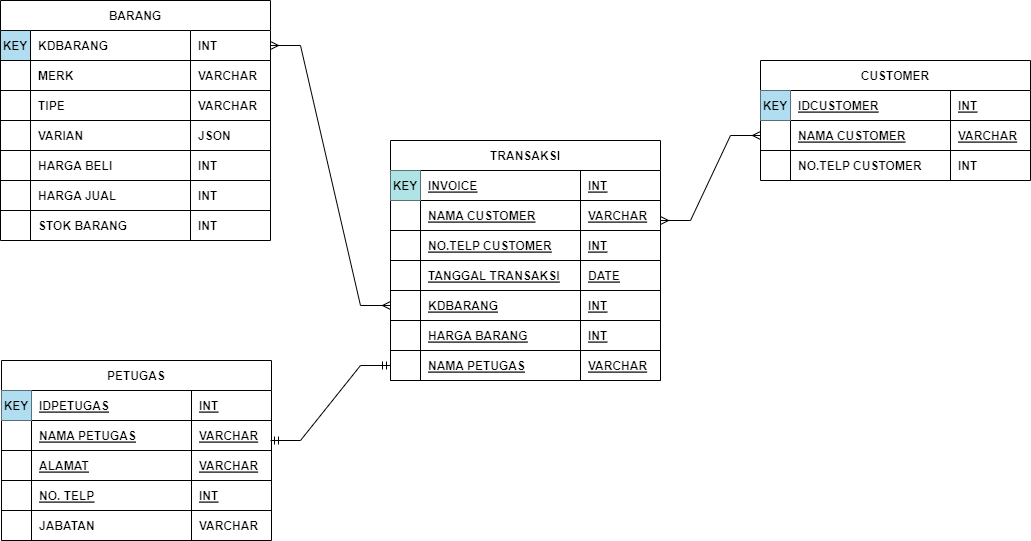
The draw.io diagram database.drawio.png in MountZ1/PR_PenjualanHandPhone_ArdiSaputraTIP-21.2, before a commit. Source tidied: cells renumbered, new cells last; positions are measured from the earlier drawing's top-left corner, leaving out a move shared by most shapes.
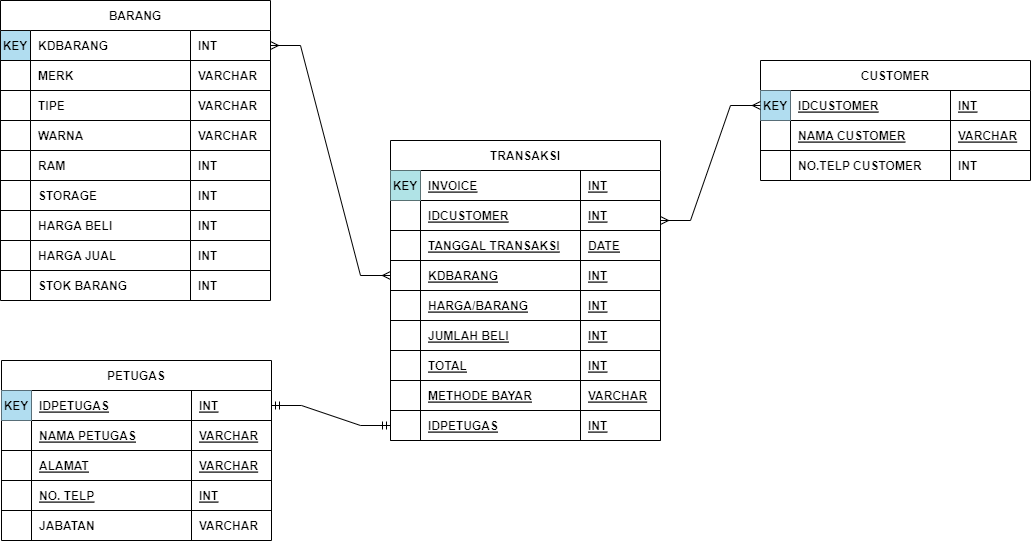
After the change.

What changed in the source:
```diff
@@ -105,7 +105,7 @@
       <mxGeometry x="190" width="80" height="30" as="geometry" />
     </mxCell>
     <mxCell id="36" value="BARANG" style="shape=table;startSize=30;rowLines=1;fontStyle=1;align=center;" parent="1" vertex="1">
-      <mxGeometry width="270" height="240" as="geometry" />
+      <mxGeometry width="270" height="300" as="geometry" />
     </mxCell>
     <mxCell id="37" style="shape=partialRectangle;fillColor=#b1ddf0;points=[[0,0.5],[1,0.5]];portConstraint=eastwest;top=1;left=1;right=1;bottom=1;strokeColor=#0d0d0d;" parent="36" vertex="1">
       <mxGeometry y="30" width="270" height="30" as="geometry" />
@@ -143,20 +143,44 @@
     <mxCell id="48" value="VARCHAR" style="shape=partialRectangle;overflow=hidden;fillColor=none;top=0;left=0;bottom=0;right=0;align=left;spacingLeft=6;fontStyle=1;" parent="45" vertex="1">
       <mxGeometry x="190" width="80" height="30" as="geometry" />
     </mxCell>
+    <mxCell id="97" style="shape=partialRectangle;fillColor=none;top=0;left=0;right=0;bottom=0;" parent="36" vertex="1">
+      <mxGeometry y="120" width="270" height="30" as="geometry" />
+    </mxCell>
+    <mxCell id="98" style="shape=partialRectangle;overflow=hidden;fillColor=none;top=0;left=0;bottom=0;right=0;" parent="97" vertex="1">
+      <mxGeometry width="30" height="30" as="geometry" />
+    </mxCell>
+    <mxCell id="99" value="WARNA" style="shape=partialRectangle;overflow=hidden;fillColor=none;top=0;left=0;bottom=0;right=0;align=left;spacingLeft=6;fontStyle=1;" parent="97" vertex="1">
+      <mxGeometry x="30" width="160" height="30" as="geometry" />
+    </mxCell>
+    <mxCell id="100" value="VARCHAR" style="shape=partialRectangle;overflow=hidden;fillColor=none;top=0;left=0;bottom=0;right=0;align=left;spacingLeft=6;fontStyle=1;" parent="97" vertex="1">
+      <mxGeometry x="190" width="80" height="30" as="geometry" />
+    </mxCell>
+    <mxCell id="101" style="shape=partialRectangle;fillColor=none;top=0;left=0;right=0;bottom=0;" parent="36" vertex="1">
+      <mxGeometry y="150" width="270" height="30" as="geometry" />
+    </mxCell>
+    <mxCell id="102" style="shape=partialRectangle;overflow=hidden;fillColor=none;top=0;left=0;bottom=0;right=0;" parent="101" vertex="1">
+      <mxGeometry width="30" height="30" as="geometry" />
+    </mxCell>
+    <mxCell id="103" value="RAM" style="shape=partialRectangle;overflow=hidden;fillColor=none;top=0;left=0;bottom=0;right=0;align=left;spacingLeft=6;fontStyle=1;" parent="101" vertex="1">
+      <mxGeometry x="30" width="160" height="30" as="geometry" />
+    </mxCell>
+    <mxCell id="104" value="INT" style="shape=partialRectangle;overflow=hidden;fillColor=none;top=0;left=0;bottom=0;right=0;align=left;spacingLeft=6;fontStyle=1;" parent="101" vertex="1">
+      <mxGeometry x="190" width="80" height="30" as="geometry" />
+    </mxCell>
     <mxCell id="49" style="shape=partialRectangle;fillColor=none;top=0;left=0;right=0;bottom=0;" parent="36" vertex="1">
-      <mxGeometry y="120" width="270" height="30" as="geometry" />
+      <mxGeometry y="180" width="270" height="30" as="geometry" />
     </mxCell>
     <mxCell id="50" style="shape=partialRectangle;overflow=hidden;fillColor=none;top=0;left=0;bottom=0;right=0;" parent="49" vertex="1">
       <mxGeometry width="30" height="30" as="geometry" />
     </mxCell>
-    <mxCell id="51" value="VARIAN" style="shape=partialRectangle;overflow=hidden;fillColor=none;top=0;left=0;bottom=0;right=0;align=left;spacingLeft=6;fontStyle=1;" parent="49" vertex="1">
+    <mxCell id="51" value="STORAGE" style="shape=partialRectangle;overflow=hidden;fillColor=none;top=0;left=0;bottom=0;right=0;align=left;spacingLeft=6;fontStyle=1;" parent="49" vertex="1">
       <mxGeometry x="30" width="160" height="30" as="geometry" />
     </mxCell>
-    <mxCell id="52" value="JSON" style="shape=partialRectangle;overflow=hidden;fillColor=none;top=0;left=0;bottom=0;right=0;align=left;spacingLeft=6;fontStyle=1;" parent="49" vertex="1">
+    <mxCell id="52" value="INT" style="shape=partialRectangle;overflow=hidden;fillColor=none;top=0;left=0;bottom=0;right=0;align=left;spacingLeft=6;fontStyle=1;" parent="49" vertex="1">
       <mxGeometry x="190" width="80" height="30" as="geometry" />
     </mxCell>
     <mxCell id="53" style="shape=partialRectangle;fillColor=none;top=0;left=0;right=0;bottom=0;" parent="36" vertex="1">
-      <mxGeometry y="150" width="270" height="30" as="geometry" />
+      <mxGeometry y="210" width="270" height="30" as="geometry" />
     </mxCell>
     <mxCell id="54" style="shape=partialRectangle;overflow=hidden;fillColor=none;top=0;left=0;bottom=0;right=0;" parent="53" vertex="1">
       <mxGeometry width="30" height="30" as="geometry" />
@@ -168,7 +192,7 @@
       <mxGeometry x="190" width="80" height="30" as="geometry" />
     </mxCell>
     <mxCell id="57" style="shape=partialRectangle;fillColor=none;top=0;left=0;right=0;bottom=0;" parent="36" vertex="1">
-      <mxGeometry y="180" width="270" height="30" as="geometry" />
+      <mxGeometry y="240" width="270" height="30" as="geometry" />
     </mxCell>
     <mxCell id="58" style="shape=partialRectangle;overflow=hidden;fillColor=none;top=0;left=0;bottom=0;right=0;" parent="57" vertex="1">
       <mxGeometry width="30" height="30" as="geometry" />
@@ -180,7 +204,7 @@
       <mxGeometry x="190" width="80" height="30" as="geometry" />
     </mxCell>
     <mxCell id="61" style="shape=partialRectangle;fillColor=none;top=0;left=0;right=0;bottom=0;" parent="36" vertex="1">
-      <mxGeometry y="210" width="270" height="30" as="geometry" />
+      <mxGeometry y="270" width="270" height="30" as="geometry" />
     </mxCell>
     <mxCell id="62" style="shape=partialRectangle;overflow=hidden;fillColor=none;top=0;left=0;bottom=0;right=0;" parent="61" vertex="1">
       <mxGeometry width="30" height="30" as="geometry" />
@@ -192,7 +216,7 @@
       <mxGeometry x="190" width="80" height="30" as="geometry" />
     </mxCell>
     <mxCell id="65" value="TRANSAKSI" style="shape=table;startSize=30;rowLines=0;fontStyle=1;align=center;" parent="1" vertex="1">
-      <mxGeometry x="390" y="140" width="270" height="240" as="geometry" />
+      <mxGeometry x="390" y="140" width="270" height="300" as="geometry" />
     </mxCell>
     <mxCell id="66" style="shape=partialRectangle;fillColor=none;top=0;left=0;right=0;bottom=1;" parent="65" vertex="1">
       <mxGeometry y="30" width="270" height="30" as="geometry" />
@@ -212,26 +236,14 @@
     <mxCell id="71" style="shape=partialRectangle;overflow=hidden;fillColor=none;top=0;left=0;bottom=0;right=0;fontStyle=1;" parent="70" vertex="1">
       <mxGeometry width="30" height="30" as="geometry" />
     </mxCell>
-    <mxCell id="72" value="NAMA CUSTOMER" style="shape=partialRectangle;overflow=hidden;fillColor=none;top=0;left=0;bottom=0;right=0;align=left;spacingLeft=6;fontStyle=5;" parent="70" vertex="1">
+    <mxCell id="72" value="IDCUSTOMER" style="shape=partialRectangle;overflow=hidden;fillColor=none;top=0;left=0;bottom=0;right=0;align=left;spacingLeft=6;fontStyle=5;" parent="70" vertex="1">
       <mxGeometry x="30" width="160" height="30" as="geometry" />
     </mxCell>
-    <mxCell id="73" value="VARCHAR" style="shape=partialRectangle;overflow=hidden;fillColor=none;top=0;left=0;bottom=0;right=0;align=left;spacingLeft=6;fontStyle=5;" parent="70" vertex="1">
+    <mxCell id="73" value="INT" style="shape=partialRectangle;overflow=hidden;fillColor=none;top=0;left=0;bottom=0;right=0;align=left;spacingLeft=6;fontStyle=5;" parent="70" vertex="1">
       <mxGeometry x="190" width="80" height="30" as="geometry" />
     </mxCell>
-    <mxCell id="74" style="shape=partialRectangle;fillColor=none;top=0;left=0;right=0;bottom=1;" parent="65" vertex="1">
-      <mxGeometry y="90" width="270" height="30" as="geometry" />
-    </mxCell>
-    <mxCell id="75" style="shape=partialRectangle;overflow=hidden;fillColor=none;top=0;left=0;bottom=0;right=0;fontStyle=1;" parent="74" vertex="1">
-      <mxGeometry width="30" height="30" as="geometry" />
-    </mxCell>
-    <mxCell id="76" value="NO.TELP CUSTOMER" style="shape=partialRectangle;overflow=hidden;fillColor=none;top=0;left=0;bottom=0;right=0;align=left;spacingLeft=6;fontStyle=5;" parent="74" vertex="1">
-      <mxGeometry x="30" width="160" height="30" as="geometry" />
-    </mxCell>
-    <mxCell id="77" value="INT" style="shape=partialRectangle;overflow=hidden;fillColor=none;top=0;left=0;bottom=0;right=0;align=left;spacingLeft=6;fontStyle=5;" parent="74" vertex="1">
-      <mxGeometry x="190" width="80" height="30" as="geometry" />
-    </mxCell>
     <mxCell id="78" style="shape=partialRectangle;fillColor=none;top=0;left=0;right=0;bottom=1;" parent="65" vertex="1">
-      <mxGeometry y="120" width="270" height="30" as="geometry" />
+      <mxGeometry y="90" width="270" height="30" as="geometry" />
     </mxCell>
     <mxCell id="79" style="shape=partialRectangle;overflow=hidden;fillColor=none;top=0;left=0;bottom=0;right=0;fontStyle=1;" parent="78" vertex="1">
       <mxGeometry width="30" height="30" as="geometry" />
@@ -243,7 +255,7 @@
       <mxGeometry x="190" width="80" height="30" as="geometry" />
     </mxCell>
     <mxCell id="82" style="shape=partialRectangle;fillColor=none;points=[[0,0.5],[1,0.5]];portConstraint=eastwest;top=0;left=0;right=0;bottom=1;" parent="65" vertex="1">
-      <mxGeometry y="150" width="270" height="30" as="geometry" />
+      <mxGeometry y="120" width="270" height="30" as="geometry" />
     </mxCell>
     <mxCell id="83" style="shape=partialRectangle;overflow=hidden;fillColor=none;top=0;left=0;bottom=0;right=0;fontStyle=1;" parent="82" vertex="1">
       <mxGeometry width="30" height="30" as="geometry" />
@@ -255,27 +267,63 @@
       <mxGeometry x="190" width="80" height="30" as="geometry" />
     </mxCell>
     <mxCell id="86" style="shape=partialRectangle;fillColor=none;top=0;left=0;right=0;bottom=1;" parent="65" vertex="1">
-      <mxGeometry y="180" width="270" height="30" as="geometry" />
+      <mxGeometry y="150" width="270" height="30" as="geometry" />
     </mxCell>
     <mxCell id="87" style="shape=partialRectangle;overflow=hidden;fillColor=none;top=0;left=0;bottom=0;right=0;fontStyle=1;" parent="86" vertex="1">
       <mxGeometry width="30" height="30" as="geometry" />
     </mxCell>
-    <mxCell id="88" value="HARGA BARANG" style="shape=partialRectangle;overflow=hidden;fillColor=none;top=0;left=0;bottom=0;right=0;align=left;spacingLeft=6;fontStyle=5;" parent="86" vertex="1">
+    <mxCell id="88" value="HARGA/BARANG" style="shape=partialRectangle;overflow=hidden;fillColor=none;top=0;left=0;bottom=0;right=0;align=left;spacingLeft=6;fontStyle=5;" parent="86" vertex="1">
       <mxGeometry x="30" width="160" height="30" as="geometry" />
     </mxCell>
     <mxCell id="89" value="INT" style="shape=partialRectangle;overflow=hidden;fillColor=none;top=0;left=0;bottom=0;right=0;align=left;spacingLeft=6;fontStyle=5;" parent="86" vertex="1">
       <mxGeometry x="190" width="80" height="30" as="geometry" />
     </mxCell>
+    <mxCell id="105" style="shape=partialRectangle;fillColor=none;top=0;left=0;right=0;bottom=1;" parent="65" vertex="1">
+      <mxGeometry y="180" width="270" height="30" as="geometry" />
+    </mxCell>
+    <mxCell id="106" style="shape=partialRectangle;overflow=hidden;fillColor=none;top=0;left=0;bottom=0;right=0;fontStyle=1;" parent="105" vertex="1">
+      <mxGeometry width="30" height="30" as="geometry" />
+    </mxCell>
+    <mxCell id="107" value="JUMLAH BELI" style="shape=partialRectangle;overflow=hidden;fillColor=none;top=0;left=0;bottom=0;right=0;align=left;spacingLeft=6;fontStyle=5;" parent="105" vertex="1">
+      <mxGeometry x="30" width="160" height="30" as="geometry" />
+    </mxCell>
+    <mxCell id="108" value="INT" style="shape=partialRectangle;overflow=hidden;fillColor=none;top=0;left=0;bottom=0;right=0;align=left;spacingLeft=6;fontStyle=5;" parent="105" vertex="1">
+      <mxGeometry x="190" width="80" height="30" as="geometry" />
+    </mxCell>
+    <mxCell id="109" style="shape=partialRectangle;fillColor=none;top=0;left=0;right=0;bottom=1;" parent="65" vertex="1">
+      <mxGeometry y="210" width="270" height="30" as="geometry" />
+    </mxCell>
+    <mxCell id="110" style="shape=partialRectangle;overflow=hidden;fillColor=none;top=0;left=0;bottom=0;right=0;fontStyle=1;" parent="109" vertex="1">
+      <mxGeometry width="30" height="30" as="geometry" />
+    </mxCell>
+    <mxCell id="111" value="TOTAL" style="shape=partialRectangle;overflow=hidden;fillColor=none;top=0;left=0;bottom=0;right=0;align=left;spacingLeft=6;fontStyle=5;" parent="109" vertex="1">
+      <mxGeometry x="30" width="160" height="30" as="geometry" />
+    </mxCell>
+    <mxCell id="112" value="INT" style="shape=partialRectangle;overflow=hidden;fillColor=none;top=0;left=0;bottom=0;right=0;align=left;spacingLeft=6;fontStyle=5;" parent="109" vertex="1">
+      <mxGeometry x="190" width="80" height="30" as="geometry" />
+    </mxCell>
+    <mxCell id="113" style="shape=partialRectangle;fillColor=none;top=0;left=0;right=0;bottom=1;" parent="65" vertex="1">
+      <mxGeometry y="240" width="270" height="30" as="geometry" />
+    </mxCell>
+    <mxCell id="114" style="shape=partialRectangle;overflow=hidden;fillColor=none;top=0;left=0;bottom=0;right=0;fontStyle=1;" parent="113" vertex="1">
+      <mxGeometry width="30" height="30" as="geometry" />
+    </mxCell>
+    <mxCell id="115" value="METHODE BAYAR" style="shape=partialRectangle;overflow=hidden;fillColor=none;top=0;left=0;bottom=0;right=0;align=left;spacingLeft=6;fontStyle=5;" parent="113" vertex="1">
+      <mxGeometry x="30" width="160" height="30" as="geometry" />
+    </mxCell>
+    <mxCell id="116" value="VARCHAR" style="shape=partialRectangle;overflow=hidden;fillColor=none;top=0;left=0;bottom=0;right=0;align=left;spacingLeft=6;fontStyle=5;" parent="113" vertex="1">
+      <mxGeometry x="190" width="80" height="30" as="geometry" />
+    </mxCell>
     <mxCell id="90" style="shape=partialRectangle;fillColor=none;points=[[0,0.5],[1,0.5]];portConstraint=eastwest;top=0;left=0;right=0;bottom=1;" parent="65" vertex="1">
-      <mxGeometry y="210" width="270" height="30" as="geometry" />
+      <mxGeometry y="270" width="270" height="30" as="geometry" />
     </mxCell>
     <mxCell id="91" style="shape=partialRectangle;overflow=hidden;fillColor=none;top=0;left=0;bottom=0;right=0;fontStyle=1;" parent="90" vertex="1">
       <mxGeometry width="30" height="30" as="geometry" />
     </mxCell>
-    <mxCell id="92" value="NAMA PETUGAS" style="shape=partialRectangle;overflow=hidden;fillColor=none;top=0;left=0;bottom=0;right=0;align=left;spacingLeft=6;fontStyle=5;" parent="90" vertex="1">
+    <mxCell id="92" value="IDPETUGAS" style="shape=partialRectangle;overflow=hidden;fillColor=none;top=0;left=0;bottom=0;right=0;align=left;spacingLeft=6;fontStyle=5;" parent="90" vertex="1">
       <mxGeometry x="30" width="160" height="30" as="geometry" />
     </mxCell>
-    <mxCell id="93" value="VARCHAR" style="shape=partialRectangle;overflow=hidden;fillColor=none;top=0;left=0;bottom=0;right=0;align=left;spacingLeft=6;fontStyle=5;" parent="90" vertex="1">
+    <mxCell id="93" value="INT" style="shape=partialRectangle;overflow=hidden;fillColor=none;top=0;left=0;bottom=0;right=0;align=left;spacingLeft=6;fontStyle=5;" parent="90" vertex="1">
       <mxGeometry x="190" width="80" height="30" as="geometry" />
     </mxCell>
     <mxCell id="94" style="edgeStyle=entityRelationEdgeStyle;fontSize=12;html=1;endArrow=ERmany;startArrow=ERmany;rounded=0;entryX=0;entryY=0.5;entryDx=0;entryDy=0;exitX=1;exitY=0.5;exitDx=0;exitDy=0;" parent="1" edge="1" source="37" target="82">
@@ -285,14 +333,16 @@
         </Array>
       </mxGeometry>
     </mxCell>
-    <mxCell id="95" style="edgeStyle=entityRelationEdgeStyle;fontSize=12;html=1;endArrow=ERmany;startArrow=ERmany;rounded=0;entryX=0;entryY=0.5;entryDx=0;entryDy=0;" parent="1" edge="1" target="28">
+    <mxCell id="95" style="edgeStyle=entityRelationEdgeStyle;fontSize=12;html=1;endArrow=ERmany;startArrow=ERmany;rounded=0;entryX=0;entryY=0.5;entryDx=0;entryDy=0;" parent="1" edge="1" target="24">
       <mxGeometry relative="1" as="geometry">
         <mxPoint x="660" y="220" as="sourcePoint" />
       </mxGeometry>
     </mxCell>
-    <mxCell id="96" style="edgeStyle=entityRelationEdgeStyle;fontSize=12;html=1;endArrow=ERmandOne;startArrow=ERmandOne;rounded=0;entryX=0;entryY=0.5;entryDx=0;entryDy=0;" parent="1" edge="1" target="90">
+    <mxCell id="96" style="edgeStyle=entityRelationEdgeStyle;fontSize=12;html=1;endArrow=ERmandOne;startArrow=ERmandOne;rounded=0;entryX=0;entryY=0.5;entryDx=0;entryDy=0;exitX=1;exitY=0.5;exitDx=0;exitDy=0;" parent="1" edge="1" source="3" target="90">
       <mxGeometry relative="1" as="geometry">
-        <mxPoint x="270" y="440" as="sourcePoint" />
+        <Array as="points">
+          <mxPoint x="280" y="400" />
+        </Array>
       </mxGeometry>
     </mxCell>
   </root>
```
